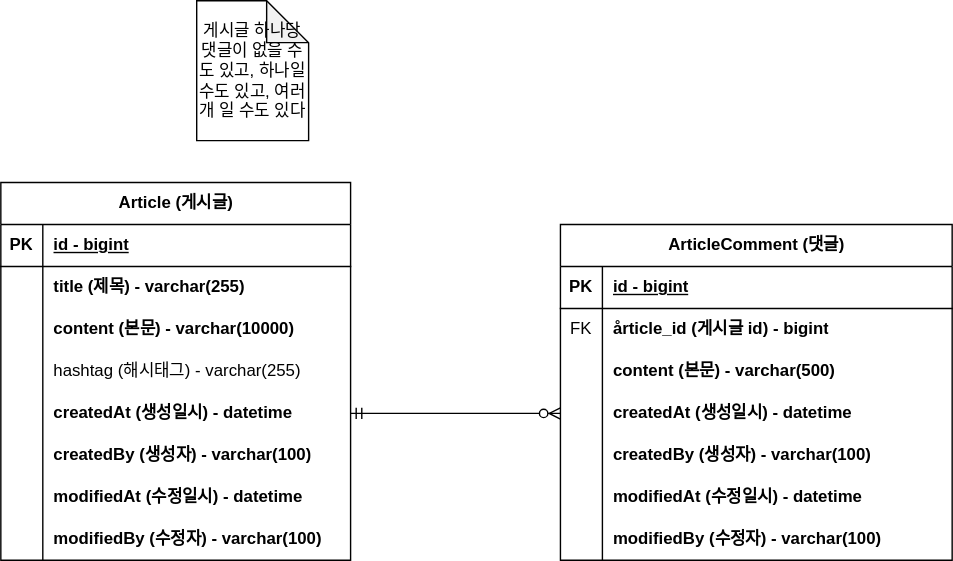
This is document/board-project-erd.svg from honki12345/board-project, a draw.io export, as it was before one commit. Source tidied: cells renumbered, new cells last; positions are measured from the earlier drawing's top-left corner, leaving out a move shared by most shapes.
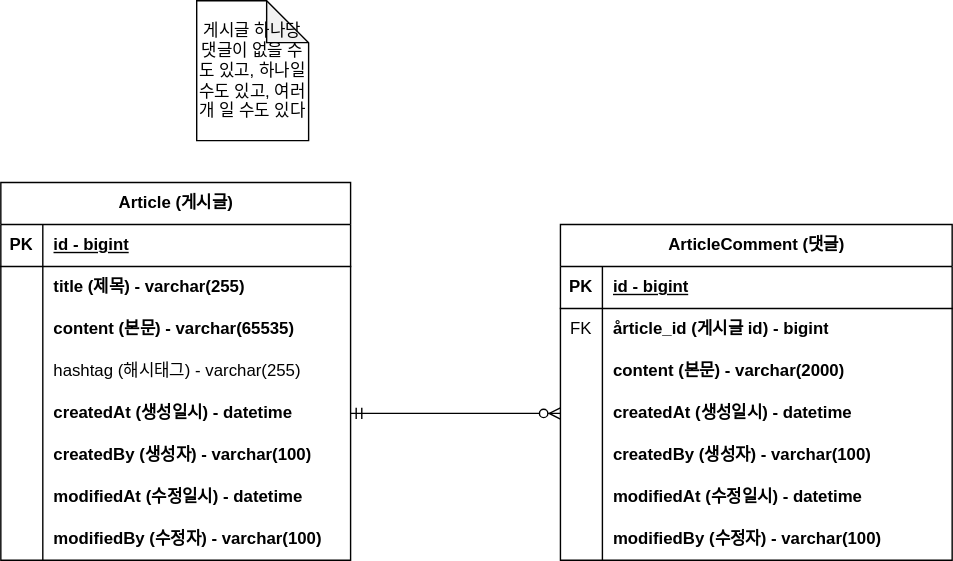
After the change.

Commit message:
#11 - 다이어그램 변경

Change to the diagram source:
```diff
@@ -29,7 +29,7 @@
     <mxCell id="10" style="shape=partialRectangle;fillColor=none;top=0;left=0;bottom=0;right=0;overflow=hidden;whiteSpace=wrap;html=1;" parent="9" vertex="1">
       <mxGeometry width="30" height="30" as="geometry" />
     </mxCell>
-    <mxCell id="11" value="content (본문) - varchar(10000)" style="shape=partialRectangle;fillColor=none;top=0;left=0;bottom=0;right=0;align=left;spacingLeft=6;overflow=hidden;whiteSpace=wrap;html=1;fontStyle=1;" parent="9" vertex="1">
+    <mxCell id="11" value="content (본문) - varchar(65535)" style="shape=partialRectangle;fillColor=none;top=0;left=0;bottom=0;right=0;align=left;spacingLeft=6;overflow=hidden;whiteSpace=wrap;html=1;fontStyle=1;" parent="9" vertex="1">
       <mxGeometry x="30" width="220" height="30" as="geometry" />
     </mxCell>
     <mxCell id="12" style="shape=tableRow;horizontal=0;startSize=0;swimlaneHead=0;swimlaneBody=0;fillColor=none;top=0;left=0;right=0;bottom=0;" parent="2" vertex="1">
@@ -104,7 +104,7 @@
     <mxCell id="35" style="shape=partialRectangle;fillColor=none;top=0;left=0;bottom=0;right=0;overflow=hidden;whiteSpace=wrap;html=1;" parent="34" vertex="1">
       <mxGeometry width="30" height="30" as="geometry" />
     </mxCell>
-    <mxCell id="36" value="content (본문) - varchar(500)" style="shape=partialRectangle;fillColor=none;top=0;left=0;bottom=0;right=0;align=left;spacingLeft=6;overflow=hidden;whiteSpace=wrap;html=1;fontStyle=1;" parent="34" vertex="1">
+    <mxCell id="36" value="content (본문) - varchar(2000)" style="shape=partialRectangle;fillColor=none;top=0;left=0;bottom=0;right=0;align=left;spacingLeft=6;overflow=hidden;whiteSpace=wrap;html=1;fontStyle=1;" parent="34" vertex="1">
       <mxGeometry x="30" width="250" height="30" as="geometry" />
     </mxCell>
     <mxCell id="37" style="shape=tableRow;horizontal=0;startSize=0;swimlaneHead=0;swimlaneBody=0;fillColor=none;points=[[0,0.5],[1,0.5]];portConstraint=eastwest;top=0;left=0;right=0;bottom=0;" parent="27" vertex="1">
```
